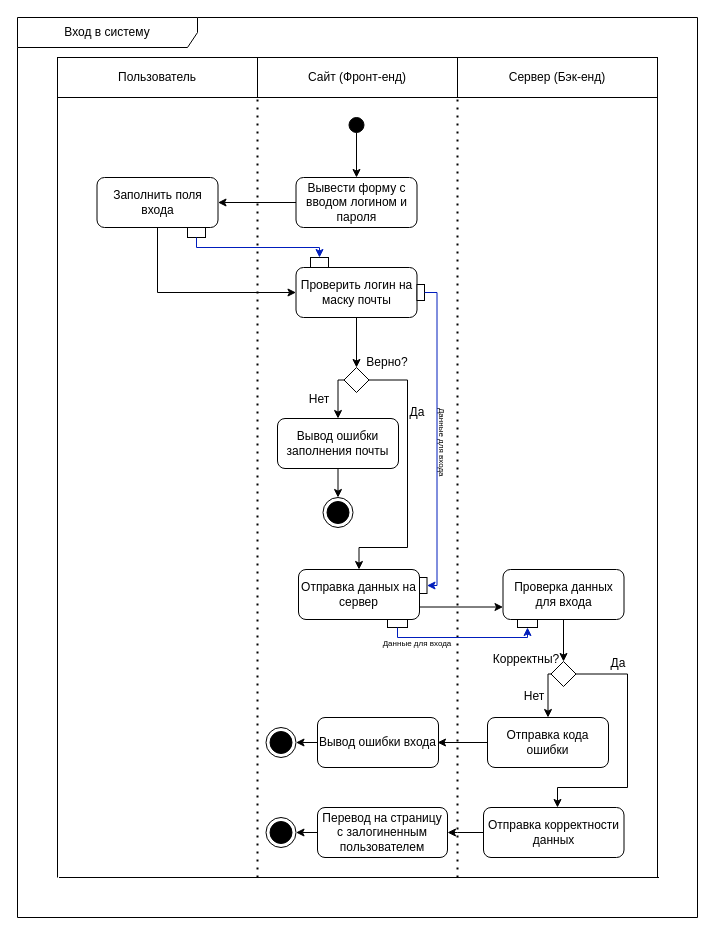
AS2/habrolink keeps this draw.io diagram as docs/raw_diagrams/вход в систему++.drawio. Above is the earlier version. Source tidied: cells renumbered, new cells numbered last; positions are measured from the earlier drawing's top-left corner, leaving out a move shared by most shapes. Both pictures are drawn from the tidied source at 100%, with x=0, y=0 at pixel (17, 17).
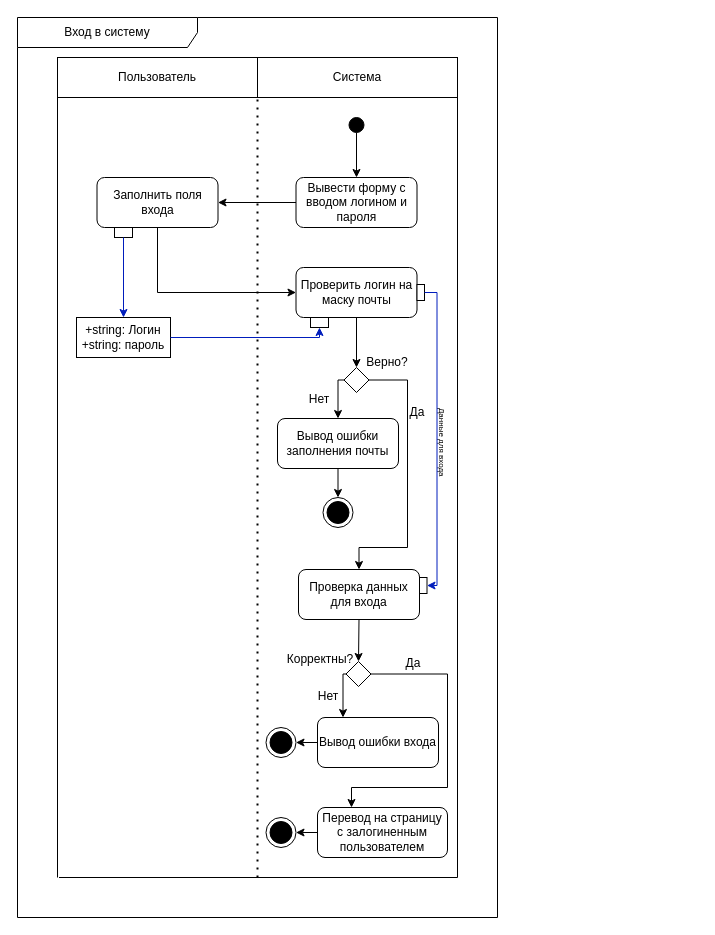
The same diagram, later.

Unchanged cells that the change refers to:
```xml
<mxCell id="15" style="rhombus;whiteSpace=wrap;html=1;" parent="1" vertex="1">
  <mxGeometry x="326.5" y="350" width="25" height="25" as="geometry" />
</mxCell>
<mxCell id="43" value="Перевод на страницу с залогиненным пользователем" style="text;html=1;strokeColor=default;fillColor=none;align=center;verticalAlign=middle;whiteSpace=wrap;rounded=1;" parent="1" vertex="1">
  <mxGeometry x="300" y="790" width="130" height="50" as="geometry" />
</mxCell>
```

What changed in the source:
```diff
@@
-    <mxCell id="4" value="Сайт (Фронт-енд)" style="text;html=1;strokeColor=default;fillColor=none;align=center;verticalAlign=middle;whiteSpace=wrap;rounded=0;" parent="1" vertex="1">
+    <mxCell id="4" value="Система" style="text;html=1;strokeColor=default;fillColor=none;align=center;verticalAlign=middle;whiteSpace=wrap;rounded=0;" parent="1" vertex="1">
       <mxGeometry x="240" y="40" width="200" height="40" as="geometry" />
     </mxCell>
-    <mxCell id="5" value="Сервер (Бэк-енд)" style="text;html=1;strokeColor=default;fillColor=none;align=center;verticalAlign=middle;whiteSpace=wrap;rounded=0;" parent="1" vertex="1">
-      <mxGeometry x="440" y="40" width="200" height="40" as="geometry" />
-    </mxCell>
@@
-    <mxCell id="13" style="edgeStyle=orthogonalEdgeStyle;rounded=0;jettySize=auto;html=1;exitX=1;exitY=0.5;exitDx=0;exitDy=0;entryX=0.5;entryY=0;entryDx=0;entryDy=0;" parent="1" edge="1" source="15" target="23">
+    <mxCell id="13" style="edgeStyle=orthogonalEdgeStyle;rounded=0;jettySize=auto;html=1;exitX=1;exitY=0.5;exitDx=0;exitDy=0;entryX=0.5;entryY=0;entryDx=0;entryDy=0;" parent="1" edge="1" source="15">
       <mxGeometry relative="1" as="geometry">
+        <mxPoint x="341.5" y="552" as="targetPoint" />
         <Array as="points">
           <mxPoint x="390" y="363" />
           <mxPoint x="390" y="530" />
           <mxPoint x="342" y="530" />
         </Array>
       </mxGeometry>
     </mxCell>
@@
-    <mxCell id="21" style="endArrow=none;dashed=1;html=1;dashPattern=1 3;strokeWidth=2;rounded=0;entryX=0;entryY=1;entryDx=0;entryDy=0;" parent="1" edge="1">
-      <mxGeometry relative="1" as="geometry">
-        <mxPoint x="440" y="860" as="sourcePoint" />
-        <mxPoint x="440" y="80" as="targetPoint" />
-      </mxGeometry>
-    </mxCell>
@@
-    <mxCell id="23" value="Отправка данных на сервер" style="text;html=1;strokeColor=default;fillColor=none;align=center;verticalAlign=middle;whiteSpace=wrap;rounded=1;" parent="1" vertex="1">
-      <mxGeometry x="281" y="552" width="121" height="50" as="geometry" />
-    </mxCell>
-    <mxCell id="24" style="endArrow=classic;html=1;rounded=0;exitX=1;exitY=0.75;exitDx=0;exitDy=0;entryX=0;entryY=0.75;entryDx=0;entryDy=0;" parent="1" edge="1" source="23" target="25">
-      <mxGeometry relative="1" as="geometry" />
-    </mxCell>
     <mxCell id="25" value="Проверка данных для входа" style="text;html=1;strokeColor=default;fillColor=none;align=center;verticalAlign=middle;whiteSpace=wrap;rounded=1;" parent="1" vertex="1">
-      <mxGeometry x="485.5" y="552" width="121" height="50" as="geometry" />
+      <mxGeometry x="281" y="552" width="121" height="50" as="geometry" />
     </mxCell>
@@
-    <mxCell id="27" style="edgeStyle=orthogonalEdgeStyle;rounded=0;jettySize=auto;html=1;exitX=1;exitY=0.5;exitDx=0;exitDy=0;entryX=0.5;entryY=0;entryDx=0;entryDy=0;" parent="1" edge="1" source="29">
+    <mxCell id="27" style="edgeStyle=orthogonalEdgeStyle;rounded=0;orthogonalLoop=1;jettySize=auto;html=1;exitX=1;exitY=0.5;exitDx=0;exitDy=0;entryX=0.5;entryY=0;entryDx=0;entryDy=0;" parent="1" edge="1">
       <mxGeometry relative="1" as="geometry">
-        <mxPoint x="540" y="790" as="targetPoint" />
+        <mxPoint x="352.5" y="656.5" as="sourcePoint" />
+        <mxPoint x="334" y="790" as="targetPoint" />
         <Array as="points">
-          <mxPoint x="610" y="657" />
-          <mxPoint x="610" y="770" />
-          <mxPoint x="540" y="770" />
+          <mxPoint x="430" y="657" />
+          <mxPoint x="430" y="770" />
+          <mxPoint x="334" y="770" />
         </Array>
       </mxGeometry>
     </mxCell>
-    <mxCell id="28" style="edgeStyle=orthogonalEdgeStyle;rounded=0;jettySize=auto;html=1;exitX=0;exitY=0.5;exitDx=0;exitDy=0;entryX=0.5;entryY=0;entryDx=0;entryDy=0;" parent="1" edge="1" source="29" target="34">
+    <mxCell id="28" style="edgeStyle=orthogonalEdgeStyle;rounded=0;jettySize=auto;html=1;exitX=0;exitY=0.5;exitDx=0;exitDy=0;entryX=0.5;entryY=0;entryDx=0;entryDy=0;" parent="1" edge="1" source="29">
       <mxGeometry relative="1" as="geometry">
+        <mxPoint x="325.5" y="700" as="targetPoint" />
         <Array as="points">
-          <mxPoint x="530" y="657" />
+          <mxPoint x="325" y="657" />
         </Array>
       </mxGeometry>
     </mxCell>
     <mxCell id="29" style="rhombus;whiteSpace=wrap;html=1;" parent="1" vertex="1">
-      <mxGeometry x="533.5" y="644" width="25" height="25" as="geometry" />
+      <mxGeometry x="328.5" y="644" width="25" height="25" as="geometry" />
     </mxCell>
     <mxCell id="30" value="Корректны?" style="text;html=1;strokeColor=none;fillColor=none;align=center;verticalAlign=middle;whiteSpace=wrap;rounded=0;" parent="1" vertex="1">
-      <mxGeometry x="479" y="629" width="60" height="25" as="geometry" />
+      <mxGeometry x="273" y="629" width="60" height="25" as="geometry" />
     </mxCell>
@@
     <mxCell id="33" value="Нет" style="text;html=1;strokeColor=none;fillColor=none;align=center;verticalAlign=middle;whiteSpace=wrap;rounded=0;" parent="1" vertex="1">
-      <mxGeometry x="487" y="664" width="60" height="30" as="geometry" />
+      <mxGeometry x="281" y="664" width="60" height="30" as="geometry" />
     </mxCell>
-    <mxCell id="34" value="Отправка кода ошибки" style="text;html=1;strokeColor=default;fillColor=none;align=center;verticalAlign=middle;whiteSpace=wrap;rounded=1;" parent="1" vertex="1">
-      <mxGeometry x="470" y="700" width="121" height="50" as="geometry" />
-    </mxCell>
     <mxCell id="35" style="endArrow=none;html=1;rounded=0;entryX=0;entryY=1;entryDx=0;entryDy=0;" parent="1" edge="1">
       <mxGeometry relative="1" as="geometry">
-        <mxPoint x="640" y="860" as="sourcePoint" />
-        <mxPoint x="640" y="80" as="targetPoint" />
+        <mxPoint x="440" y="860" as="sourcePoint" />
+        <mxPoint x="440" y="80" as="targetPoint" />
       </mxGeometry>
     </mxCell>
     <mxCell id="36" value="Да" style="text;html=1;strokeColor=none;fillColor=none;align=center;verticalAlign=middle;whiteSpace=wrap;rounded=0;" parent="1" vertex="1">
-      <mxGeometry x="571" y="631" width="60" height="30" as="geometry" />
+      <mxGeometry x="366" y="631" width="60" height="30" as="geometry" />
     </mxCell>
-    <mxCell id="37" style="endArrow=classic;html=1;rounded=0;exitX=0;exitY=0.5;exitDx=0;exitDy=0;" parent="1" edge="1" source="34">
-      <mxGeometry relative="1" as="geometry">
-        <mxPoint x="420" y="725" as="targetPoint" />
-      </mxGeometry>
-    </mxCell>
@@
-    <mxCell id="41" style="edgeStyle=orthogonalEdgeStyle;rounded=0;jettySize=auto;html=1;exitX=0;exitY=0.5;exitDx=0;exitDy=0;entryX=1;entryY=0.5;entryDx=0;entryDy=0;" parent="1" edge="1" source="42" target="43">
-      <mxGeometry relative="1" as="geometry">
-        <Array as="points">
-          <mxPoint x="440" y="815" />
-          <mxPoint x="440" y="815" />
-        </Array>
-      </mxGeometry>
-    </mxCell>
-    <mxCell id="42" value="Отправка корректности данных" style="text;html=1;strokeColor=default;fillColor=none;align=center;verticalAlign=middle;whiteSpace=wrap;rounded=1;" parent="1" vertex="1">
-      <mxGeometry x="466" y="790" width="140.5" height="50" as="geometry" />
-    </mxCell>
@@
     <mxCell id="44" style="endArrow=none;html=1;rounded=0;" parent="1" edge="1">
       <mxGeometry relative="1" as="geometry">
         <mxPoint x="41.5" y="860" as="sourcePoint" />
-        <mxPoint x="641.5" y="860" as="targetPoint" />
+        <mxPoint x="440" y="860" as="targetPoint" />
       </mxGeometry>
     </mxCell>
@@
     <mxCell id="47" value="Вход в систему" style="shape=umlFrame;whiteSpace=wrap;html=1;width=180;height=30;" parent="1" vertex="1">
-      <mxGeometry width="680" height="900" as="geometry" />
+      <mxGeometry width="480" height="900" as="geometry" />
     </mxCell>
     <mxCell id="48" style="rounded=0;whiteSpace=wrap;html=1;" parent="1" vertex="1">
-      <mxGeometry x="170" y="210" width="18" height="10" as="geometry" />
+      <mxGeometry x="97" y="210" width="18" height="10" as="geometry" />
     </mxCell>
     <mxCell id="49" style="rounded=0;whiteSpace=wrap;html=1;" parent="1" vertex="1">
-      <mxGeometry x="293" y="240" width="18" height="10" as="geometry" />
+      <mxGeometry x="293" y="300" width="18" height="10" as="geometry" />
     </mxCell>
@@
-    <mxCell id="52" style="rounded=0;whiteSpace=wrap;html=1;" parent="1" vertex="1">
-      <mxGeometry x="500" y="602" width="20" height="8" as="geometry" />
-    </mxCell>
-    <mxCell id="53" style="endArrow=classic;html=1;rounded=0;exitX=0.5;exitY=1;exitDx=0;exitDy=0;entryX=0.5;entryY=0;entryDx=0;entryDy=0;edgeStyle=orthogonalEdgeStyle;fillColor=#0050ef;strokeColor=#001DBC;" parent="1" edge="1" source="48" target="49">
+    <mxCell id="53" style="endArrow=classic;html=1;rounded=0;exitX=0.5;exitY=1;exitDx=0;exitDy=0;edgeStyle=orthogonalEdgeStyle;fillColor=#0050ef;strokeColor=#001DBC;entryX=0.5;entryY=0;entryDx=0;entryDy=0;" parent="1" edge="1" source="48" target="59">
       <mxGeometry relative="1" as="geometry" />
     </mxCell>
@@
-    <mxCell id="56" style="rounded=0;whiteSpace=wrap;html=1;" parent="1" vertex="1">
-      <mxGeometry x="370" y="602" width="20" height="8" as="geometry" />
-    </mxCell>
-    <mxCell id="57" style="endArrow=classic;html=1;rounded=0;exitX=0.5;exitY=1;exitDx=0;exitDy=0;entryX=0.5;entryY=1;entryDx=0;entryDy=0;edgeStyle=orthogonalEdgeStyle;fillColor=#0050ef;strokeColor=#001DBC;" parent="1" edge="1" source="56" target="52">
-      <mxGeometry relative="1" as="geometry" />
-    </mxCell>
-    <mxCell id="58" value="&lt;font style=&quot;font-size: 8px;&quot;&gt;Данные для входа&lt;/font&gt;" style="text;html=1;strokeColor=none;fillColor=none;align=center;verticalAlign=middle;whiteSpace=wrap;rounded=0;rotation=0;" parent="1" vertex="1">
-      <mxGeometry x="364.2" y="610" width="71.5" height="30" as="geometry" />
-    </mxCell>
+    <mxCell id="59" value="+string: Логин&lt;br&gt;+string:&amp;nbsp;пароль" style="rounded=0;whiteSpace=wrap;html=1;" parent="1" vertex="1">
+      <mxGeometry x="59" y="300" width="94" height="40" as="geometry" />
+    </mxCell>
+    <mxCell id="60" style="endArrow=classic;html=1;rounded=0;exitX=1;exitY=0.5;exitDx=0;exitDy=0;edgeStyle=orthogonalEdgeStyle;fillColor=#0050ef;strokeColor=#001DBC;entryX=0.5;entryY=1;entryDx=0;entryDy=0;" parent="1" edge="1" source="59" target="49">
+      <mxGeometry relative="1" as="geometry" />
+    </mxCell>
```
